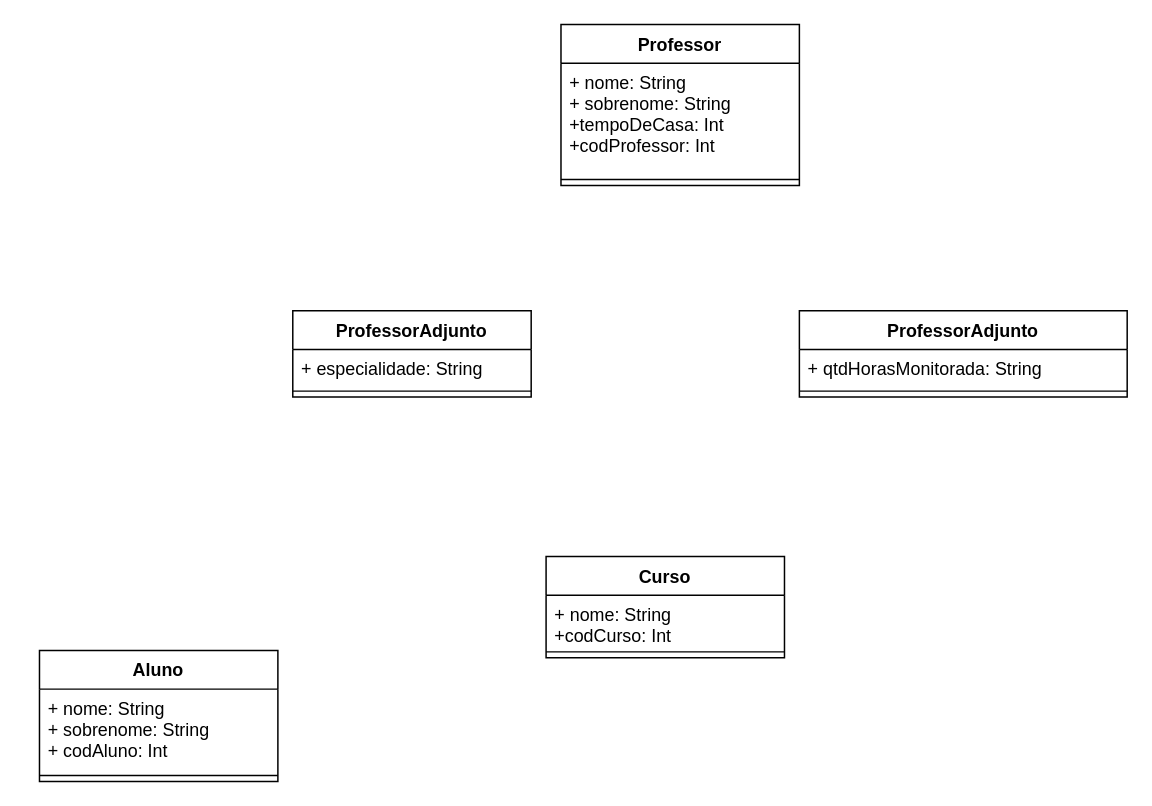
Earlier version of the draw.io diagram DiagramaDesafio1.drawio (renanhsilva/DigitalHouseDesafioModulo1). Source tidied: cells renumbered, new cells numbered last; positions are measured from the earlier drawing's top-left corner, leaving out a move shared by most shapes. Both pictures are drawn from the tidied source at 149%, with x=0, y=0 at pixel (39, 24).
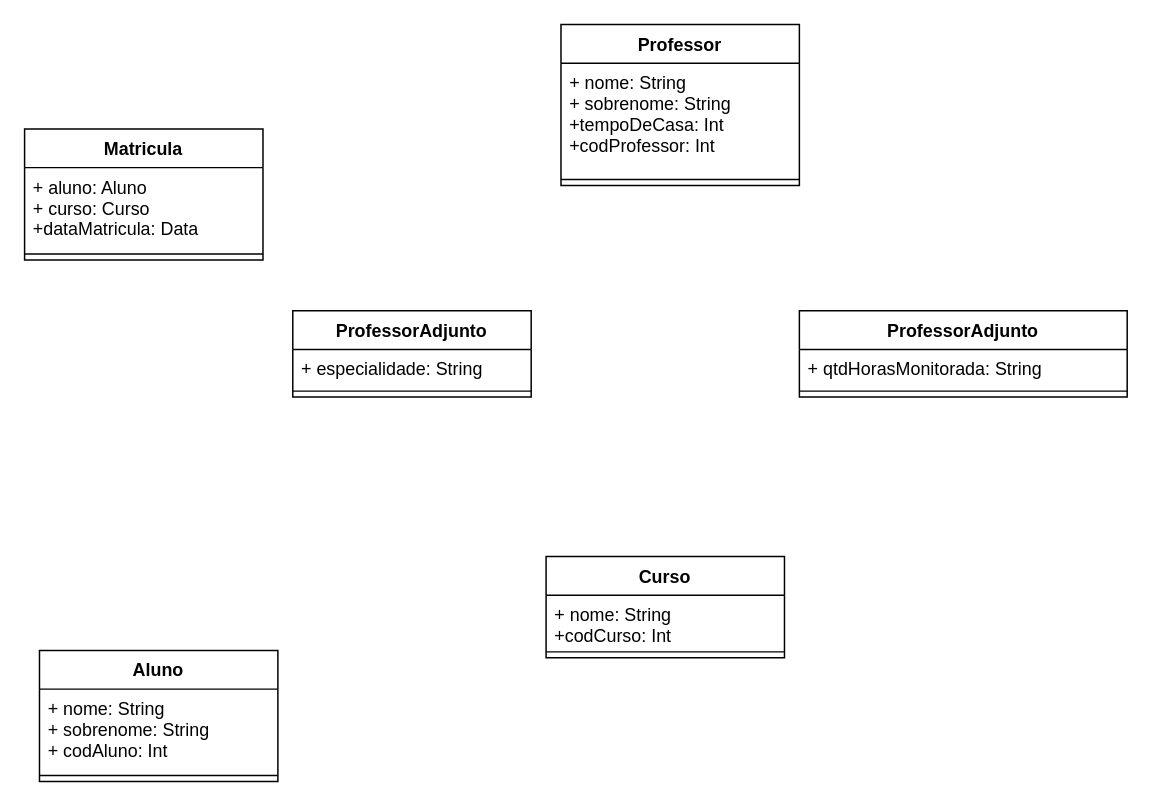
Above is the later version.

The edit, as a diff of the source:
```diff
@@
 <mxGraphModel>
   <root>
     <mxCell id="0" />
     <mxCell id="1" parent="0" />
     <mxCell id="2" value="Professor" style="swimlane;fontStyle=1;align=center;verticalAlign=top;horizontal=1;startSize=26;" parent="1" vertex="1">
       <mxGeometry x="350" width="160" height="108" as="geometry" />
     </mxCell>
     <mxCell id="3" value="+ nome: String&#10;+ sobrenome: String&#10;+tempoDeCasa: Int&#10;+codProfessor: Int" style="text;strokeColor=none;fillColor=none;align=left;verticalAlign=top;spacingLeft=4;spacingRight=4;overflow=hidden;" parent="2" vertex="1">
       <mxGeometry y="26" width="160" height="74" as="geometry" />
     </mxCell>
     <mxCell id="4" style="line;strokeWidth=1;fillColor=none;align=left;verticalAlign=middle;spacingTop=-1;spacingLeft=3;spacingRight=3;labelPosition=right;" parent="2" vertex="1">
       <mxGeometry y="100" width="160" height="8" as="geometry" />
     </mxCell>
     <mxCell id="5" value="ProfessorAdjunto" style="swimlane;fontStyle=1;align=center;verticalAlign=top;horizontal=1;startSize=26;" parent="1" vertex="1">
       <mxGeometry x="510" y="192" width="220" height="58" as="geometry" />
     </mxCell>
     <mxCell id="6" value="+ qtdHorasMonitorada: String" style="text;strokeColor=none;fillColor=none;align=left;verticalAlign=top;spacingLeft=4;spacingRight=4;overflow=hidden;" parent="5" vertex="1">
       <mxGeometry y="26" width="220" height="24" as="geometry" />
     </mxCell>
     <mxCell id="7" style="line;strokeWidth=1;fillColor=none;align=left;verticalAlign=middle;spacingTop=-1;spacingLeft=3;spacingRight=3;labelPosition=right;" parent="5" vertex="1">
       <mxGeometry y="50" width="220" height="8" as="geometry" />
     </mxCell>
     <mxCell id="8" value="ProfessorAdjunto" style="swimlane;fontStyle=1;align=center;verticalAlign=top;horizontal=1;startSize=26;" parent="1" vertex="1">
       <mxGeometry x="170" y="192" width="160" height="58" as="geometry" />
     </mxCell>
     <mxCell id="9" value="+ especialidade: String" style="text;strokeColor=none;fillColor=none;align=left;verticalAlign=top;spacingLeft=4;spacingRight=4;overflow=hidden;" parent="8" vertex="1">
       <mxGeometry y="26" width="160" height="24" as="geometry" />
     </mxCell>
     <mxCell id="10" style="line;strokeWidth=1;fillColor=none;align=left;verticalAlign=middle;spacingTop=-1;spacingLeft=3;spacingRight=3;labelPosition=right;" parent="8" vertex="1">
       <mxGeometry y="50" width="160" height="8" as="geometry" />
     </mxCell>
     <mxCell id="11" value="Curso" style="swimlane;fontStyle=1;align=center;verticalAlign=top;horizontal=1;startSize=26;" parent="1" vertex="1">
       <mxGeometry x="340" y="357" width="160" height="68" as="geometry" />
     </mxCell>
     <mxCell id="12" value="+ nome: String&#10;+codCurso: Int" style="text;strokeColor=none;fillColor=none;align=left;verticalAlign=top;spacingLeft=4;spacingRight=4;overflow=hidden;" parent="11" vertex="1">
       <mxGeometry y="26" width="160" height="34" as="geometry" />
     </mxCell>
     <mxCell id="13" style="line;strokeWidth=1;fillColor=none;align=left;verticalAlign=middle;spacingTop=-1;spacingLeft=3;spacingRight=3;labelPosition=right;" parent="11" vertex="1">
       <mxGeometry y="60" width="160" height="8" as="geometry" />
     </mxCell>
     <mxCell id="14" value="Aluno" style="swimlane;fontStyle=1;align=center;verticalAlign=top;horizontal=1;startSize=26;" parent="1" vertex="1">
       <mxGeometry y="420" width="160" height="88" as="geometry" />
     </mxCell>
     <mxCell id="15" value="+ nome: String&#10;+ sobrenome: String&#10;+ codAluno: Int" style="text;strokeColor=none;fillColor=none;align=left;verticalAlign=top;spacingLeft=4;spacingRight=4;overflow=hidden;" parent="14" vertex="1">
       <mxGeometry y="26" width="160" height="54" as="geometry" />
     </mxCell>
     <mxCell id="16" style="line;strokeWidth=1;fillColor=none;align=left;verticalAlign=middle;spacingTop=-1;spacingLeft=3;spacingRight=3;labelPosition=right;" parent="14" vertex="1">
       <mxGeometry y="80" width="160" height="8" as="geometry" />
     </mxCell>
+    <mxCell id="17" value="Matricula" style="swimlane;fontStyle=1;align=center;verticalAlign=top;horizontal=1;startSize=26;" parent="1" vertex="1">
+      <mxGeometry x="-10" y="70" width="160" height="88" as="geometry" />
+    </mxCell>
+    <mxCell id="18" value="+ aluno: Aluno&#10;+ curso: Curso&#10;+dataMatricula: Data" style="text;strokeColor=none;fillColor=none;align=left;verticalAlign=top;spacingLeft=4;spacingRight=4;overflow=hidden;" parent="17" vertex="1">
+      <mxGeometry y="26" width="160" height="54" as="geometry" />
+    </mxCell>
+    <mxCell id="19" style="line;strokeWidth=1;fillColor=none;align=left;verticalAlign=middle;spacingTop=-1;spacingLeft=3;spacingRight=3;labelPosition=right;" parent="17" vertex="1">
+      <mxGeometry y="80" width="160" height="8" as="geometry" />
+    </mxCell>
   </root>
 </mxGraphModel>
```
